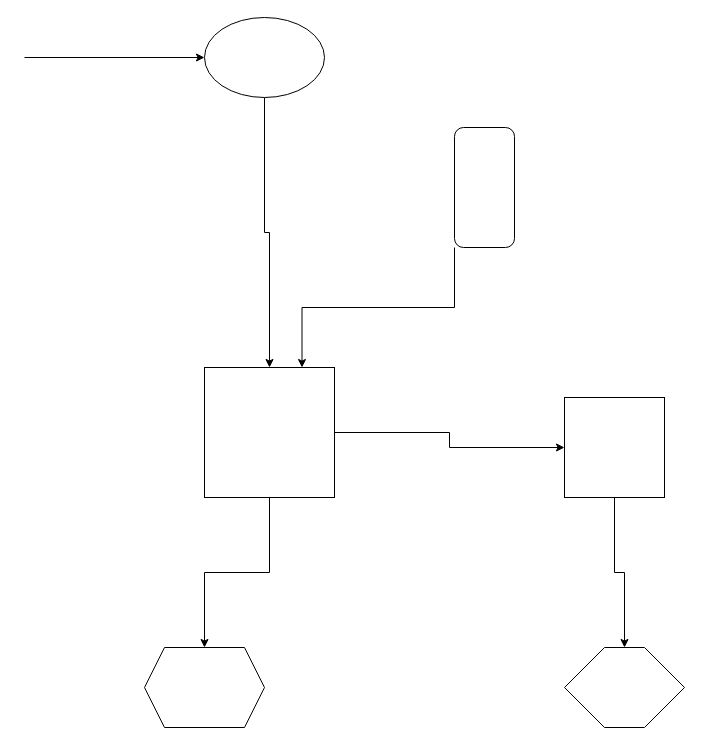
Before: Shéma.drawio in pierre-louis-rigaud/cisco, a draw.io diagram. Source tidied: cells renumbered, new cells numbered last; positions are measured from the earlier drawing's top-left corner, leaving out a move shared by most shapes. Both pictures are drawn from the tidied source at 100%, with x=0, y=0 at pixel (24, 17).
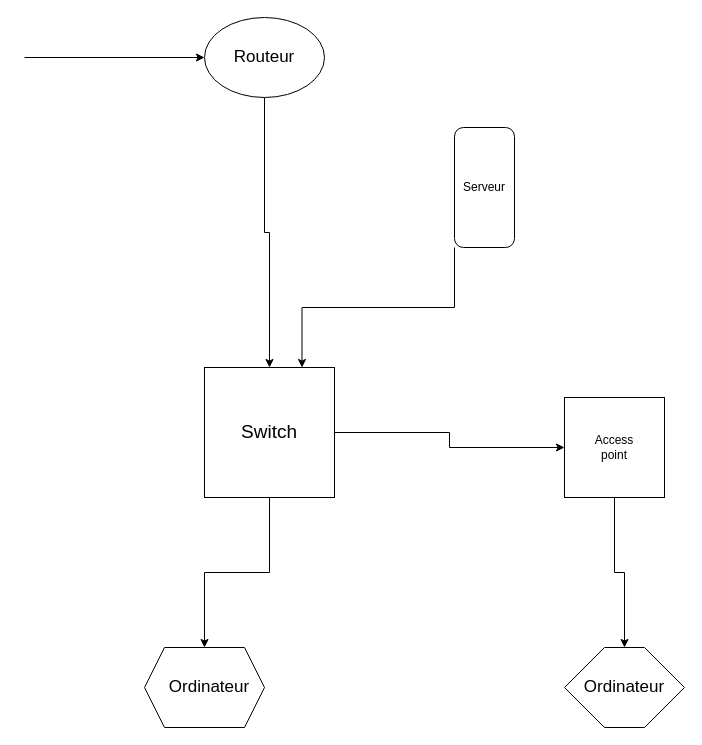
The same diagram, later.

Commit message (it also covers changes not shown here):
Mettre à jour Shéma.drawio

What changed in the source:
```diff
@@
+    <mxCell id="14" value="Serveur" style="text;strokeColor=none;align=center;fillColor=none;html=1;verticalAlign=middle;whiteSpace=wrap;rounded=0;" parent="1" vertex="1">
+      <mxGeometry x="430" y="155" width="60" height="30" as="geometry" />
+    </mxCell>
+    <mxCell id="15" value="&lt;font style=&quot;font-size: 19px;&quot;&gt;Switch&lt;/font&gt;" style="text;strokeColor=none;align=center;fillColor=none;html=1;verticalAlign=middle;whiteSpace=wrap;rounded=0;" parent="1" vertex="1">
+      <mxGeometry x="215" y="400" width="60" height="30" as="geometry" />
+    </mxCell>
+    <mxCell id="16" value="&lt;font style=&quot;font-size: 17px;&quot;&gt;Ordinateur&lt;/font&gt;" style="text;strokeColor=none;align=center;fillColor=none;html=1;verticalAlign=middle;whiteSpace=wrap;rounded=0;" parent="1" vertex="1">
+      <mxGeometry x="570" y="655" width="60" height="30" as="geometry" />
+    </mxCell>
+    <mxCell id="17" value="&lt;font style=&quot;font-size: 17px;&quot;&gt;Ordinateur&lt;/font&gt;" style="text;strokeColor=none;align=center;fillColor=none;html=1;verticalAlign=middle;whiteSpace=wrap;rounded=0;" parent="1" vertex="1">
+      <mxGeometry x="155" y="655" width="60" height="30" as="geometry" />
+    </mxCell>
+    <mxCell id="18" value="&lt;font style=&quot;font-size: 17px;&quot;&gt;Routeur&lt;/font&gt;" style="text;strokeColor=none;align=center;fillColor=none;html=1;verticalAlign=middle;whiteSpace=wrap;rounded=0;" parent="1" vertex="1">
+      <mxGeometry x="210" y="25" width="60" height="30" as="geometry" />
+    </mxCell>
+    <mxCell id="19" value="Access point" style="text;strokeColor=none;align=center;fillColor=none;html=1;verticalAlign=middle;whiteSpace=wrap;rounded=0;" parent="1" vertex="1">
+      <mxGeometry x="560" y="415" width="60" height="30" as="geometry" />
+    </mxCell>
```
